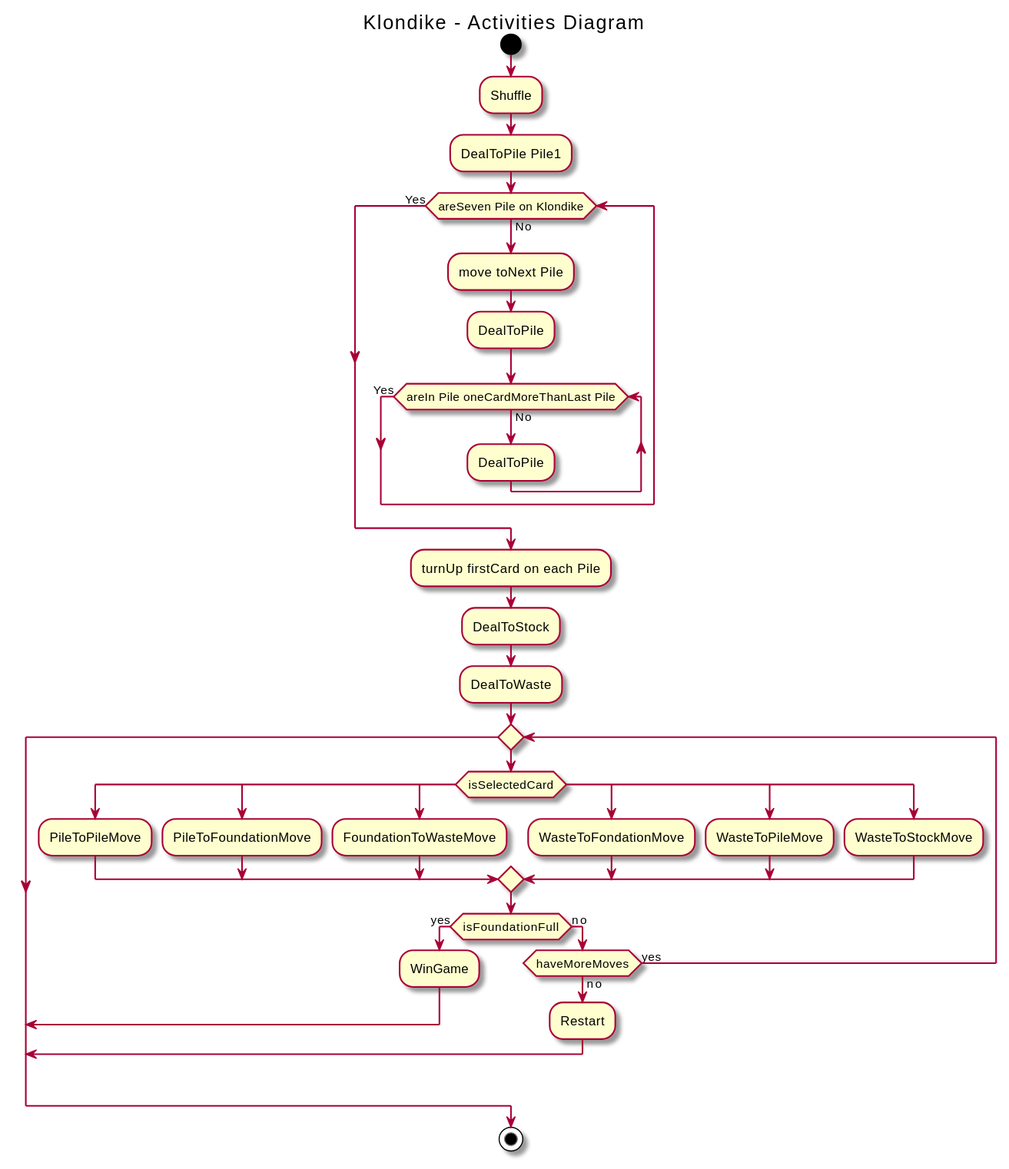
Before: out/1 Modelo de Dominio/04_Diagrama de actividades/ActivitiesDiagram.svg, a diagram exported from PlantUML (AngelOS95P/Maestria_IngSoftware_grupo6).
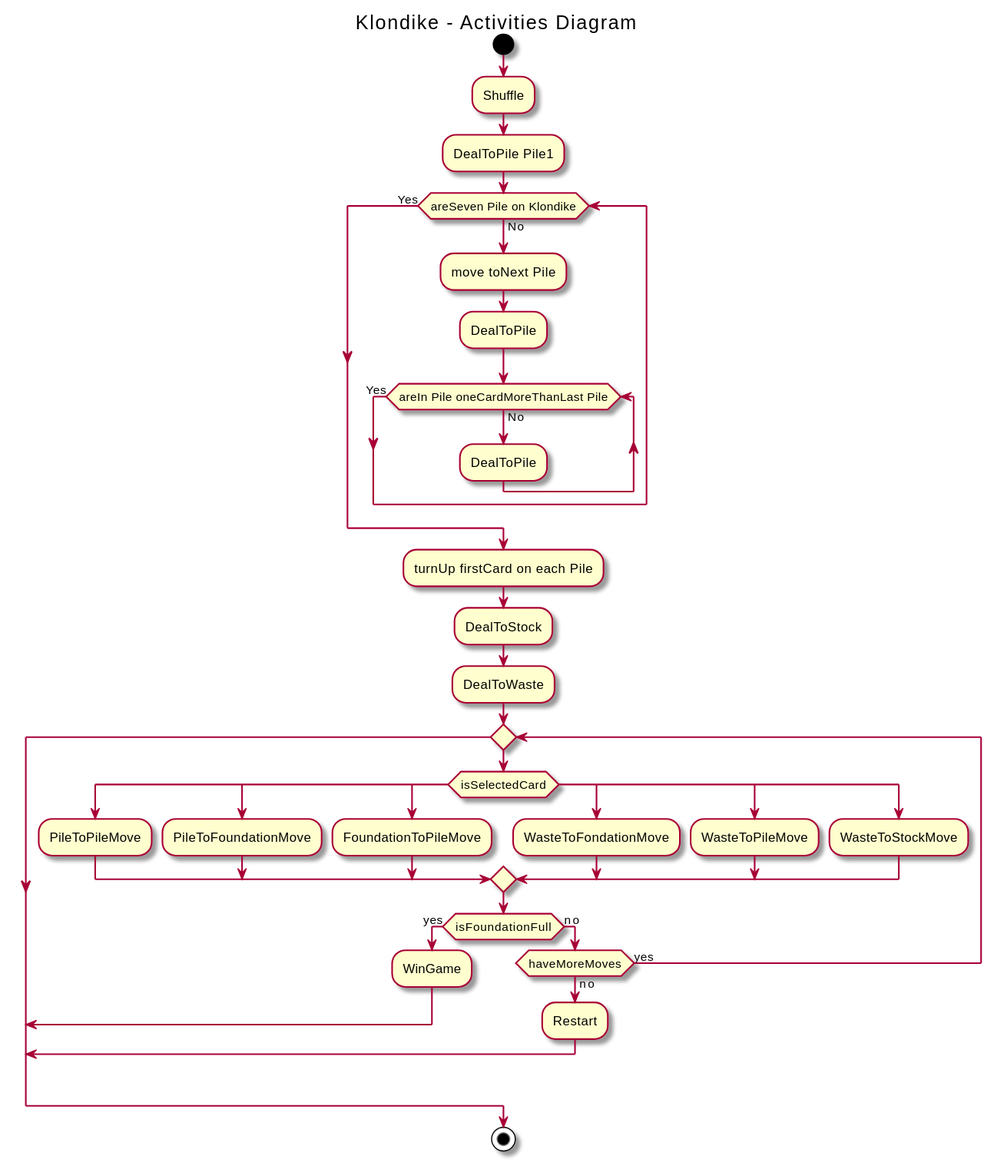
After the change.

What changed in the source:
```diff
@@ -26,7 +26,7 @@
     case ()
       :PileToFoundationMove;
     case ()
-      :FoundationToWasteMove;
+      :FoundationToPileMove;
     case ()
       :WasteToFondationMove;
     case ()
```
